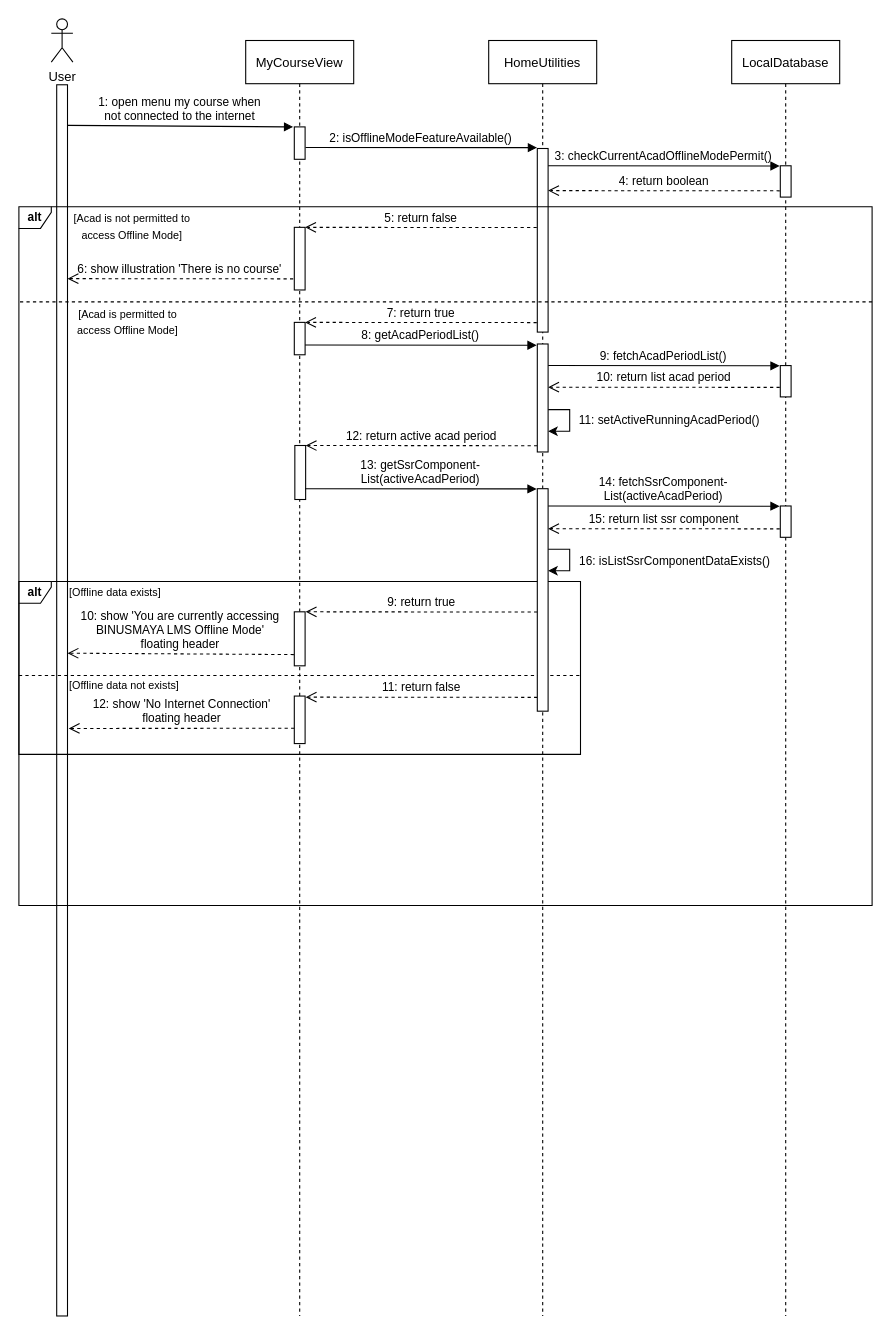
Before: diagrams/03. view_my_course/Sequence Diagram.drawio in angeliawidjaja/offline-mode-paper, a draw.io diagram. Source tidied: cells renumbered, new cells numbered last; positions are measured from the earlier drawing's top-left corner, leaving out a move shared by most shapes. Both pictures are drawn from the tidied source at 108%, with x=0, y=0 at pixel (18, 18).
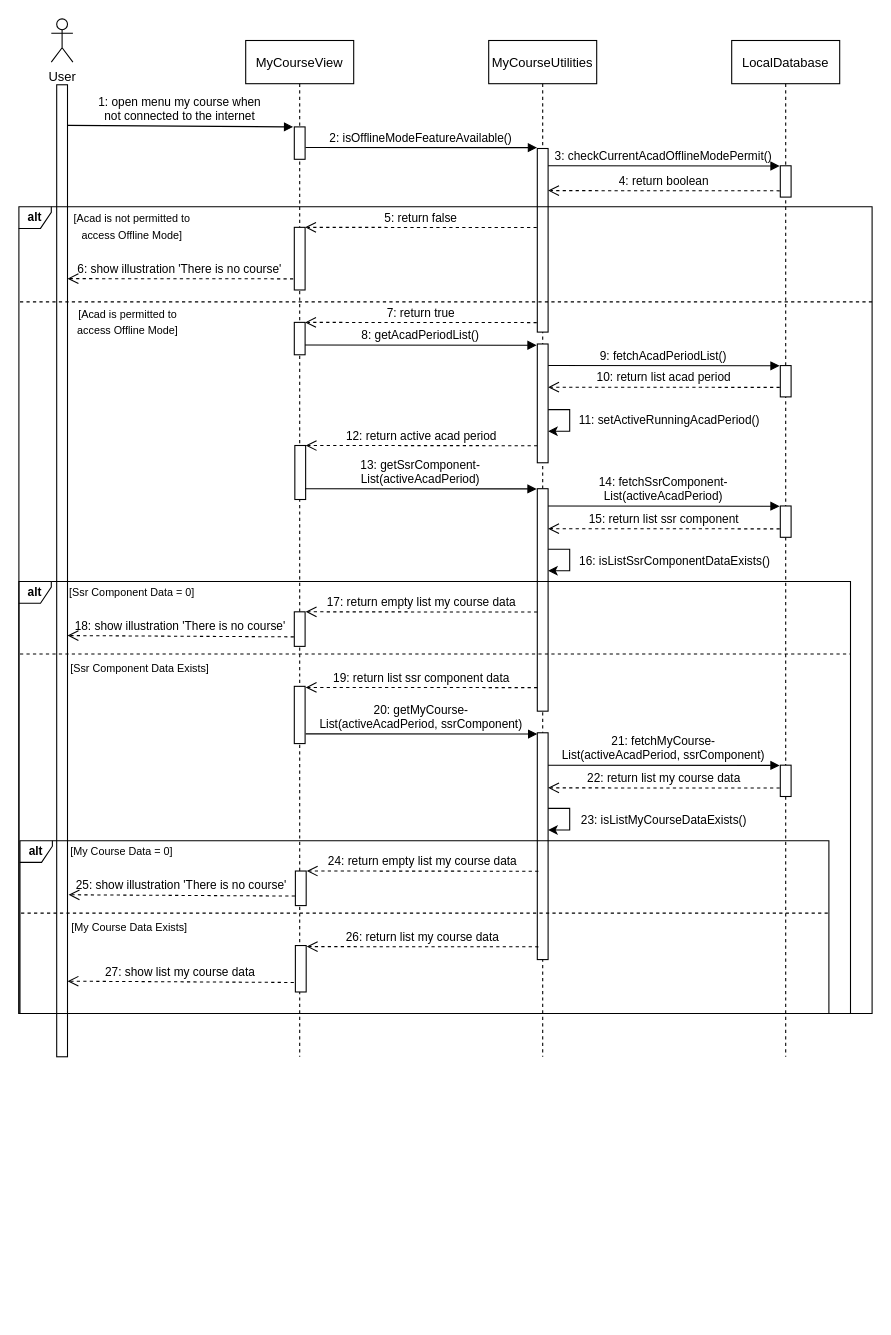
After the change.

What changed in the source:
```diff
@@
     <mxCell id="2" value="MyCourseView" style="shape=umlLifeline;perimeter=lifelinePerimeter;rounded=0;shadow=0;strokeWidth=1;" parent="1" vertex="1">
-      <mxGeometry x="210" y="20" width="100" height="1181" as="geometry" />
+      <mxGeometry x="210" y="20" width="100" height="941" as="geometry" />
     </mxCell>
@@
-    <mxCell id="5" value="HomeUtilities" style="shape=umlLifeline;perimeter=lifelinePerimeter;rounded=0;shadow=0;strokeWidth=1;" parent="1" vertex="1">
-      <mxGeometry x="435" y="20" width="100" height="1181" as="geometry" />
+    <mxCell id="5" value="MyCourseUtilities" style="shape=umlLifeline;perimeter=lifelinePerimeter;rounded=0;shadow=0;strokeWidth=1;" parent="1" vertex="1">
+      <mxGeometry x="435" y="20" width="100" height="941" as="geometry" />
     </mxCell>
@@
+    <mxCell id="49" style="perimeter=orthogonalPerimeter;rounded=0;shadow=0;strokeWidth=1;" parent="1" vertex="1">
+      <mxGeometry x="480" y="435" width="10" height="206" as="geometry" />
+    </mxCell>
@@
     <mxCell id="10" style="perimeter=orthogonalPerimeter;rounded=0;shadow=0;strokeWidth=1;" parent="1" vertex="1">
-      <mxGeometry x="35" y="61" width="10" height="1140" as="geometry" />
+      <mxGeometry x="35" y="61" width="10" height="900" as="geometry" />
     </mxCell>
     <mxCell id="11" value="&lt;b&gt;alt&lt;/b&gt;" style="shape=umlFrame;whiteSpace=wrap;html=1;fontSize=11;width=30;height=20;fillColor=none;" parent="1" vertex="1">
-      <mxGeometry y="174" width="790" height="647" as="geometry" />
+      <mxGeometry y="174" width="790" height="747" as="geometry" />
     </mxCell>
@@
     <mxCell id="21" value="&lt;b&gt;alt&lt;/b&gt;" style="shape=umlFrame;whiteSpace=wrap;html=1;fontSize=11;width=30;height=20;fillColor=none;" parent="1" vertex="1">
-      <mxGeometry y="521" width="520" height="160" as="geometry" />
+      <mxGeometry y="521" width="770" height="400" as="geometry" />
     </mxCell>
-    <mxCell id="22" value="&lt;span style=&quot;font-size: 10px;&quot;&gt;[Offline data exists]&lt;/span&gt;" style="text;html=1;strokeColor=none;fillColor=none;align=left;verticalAlign=middle;whiteSpace=wrap;rounded=0;" parent="1" vertex="1">
-      <mxGeometry x="45" y="521" width="110" height="20" as="geometry" />
+    <mxCell id="22" value="&lt;span style=&quot;font-size: 10px;&quot;&gt;[Ssr Component Data = 0]&lt;/span&gt;" style="text;html=1;strokeColor=none;fillColor=none;align=left;verticalAlign=middle;whiteSpace=wrap;rounded=0;" parent="1" vertex="1">
+      <mxGeometry x="45" y="521" width="125" height="20" as="geometry" />
     </mxCell>
-    <mxCell id="23" value="9: return true" style="verticalAlign=bottom;endArrow=open;dashed=1;endSize=8;exitX=0;exitY=0.95;shadow=0;strokeWidth=1;entryX=1.046;entryY=0.283;entryDx=0;entryDy=0;entryPerimeter=0;" parent="1" edge="1">
+    <mxCell id="23" value="17: return empty list my course data" style="verticalAlign=bottom;endArrow=open;dashed=1;endSize=8;exitX=0;exitY=0.95;shadow=0;strokeWidth=1;entryX=1.046;entryY=0.283;entryDx=0;entryDy=0;entryPerimeter=0;" parent="1" edge="1">
       <mxGeometry relative="1" as="geometry">
         <mxPoint x="480" y="549.2" as="sourcePoint" />
         <mxPoint x="265.5" y="549" as="targetPoint" />
       </mxGeometry>
     </mxCell>
     <mxCell id="24" style="perimeter=orthogonalPerimeter;rounded=0;shadow=0;strokeWidth=1;" parent="1" vertex="1">
-      <mxGeometry x="255" y="549" width="10" height="50" as="geometry" />
+      <mxGeometry x="255" y="549" width="10" height="32" as="geometry" />
     </mxCell>
-    <mxCell id="25" value="10: show 'You are currently accessing &#10;BINUSMAYA LMS Offline Mode' &#10;floating header" style="verticalAlign=bottom;endArrow=open;dashed=1;endSize=8;shadow=0;strokeWidth=1;entryX=1.046;entryY=0.283;entryDx=0;entryDy=0;entryPerimeter=0;exitX=-0.036;exitY=0.882;exitDx=0;exitDy=0;exitPerimeter=0;labelBackgroundColor=none;" parent="1" edge="1">
+    <mxCell id="25" value="18: show illustration 'There is no course'" style="verticalAlign=bottom;endArrow=open;dashed=1;endSize=8;shadow=0;strokeWidth=1;entryX=1.046;entryY=0.283;entryDx=0;entryDy=0;entryPerimeter=0;exitX=-0.036;exitY=0.882;exitDx=0;exitDy=0;exitPerimeter=0;labelBackgroundColor=none;" parent="1" edge="1">
       <mxGeometry relative="1" as="geometry">
-        <mxPoint x="254.6" y="588.6" as="sourcePoint" />
-        <mxPoint x="45" y="587.3" as="targetPoint" />
+        <mxPoint x="254.6" y="572.2" as="sourcePoint" />
+        <mxPoint x="45" y="571" as="targetPoint" />
       </mxGeometry>
     </mxCell>
     <mxCell id="26" style="line;strokeWidth=1;fillColor=none;align=left;verticalAlign=middle;spacingTop=-1;spacingLeft=3;spacingRight=3;labelPosition=right;strokeColor=inherit;fontSize=10;dashed=1;" parent="1" vertex="1">
-      <mxGeometry y="604" width="520" height="8" as="geometry" />
+      <mxGeometry x="1" y="584" width="769" height="8" as="geometry" />
     </mxCell>
-    <mxCell id="27" value="&lt;span style=&quot;font-size: 10px;&quot;&gt;[Offline data not exists]&lt;/span&gt;" style="text;html=1;strokeColor=none;fillColor=none;align=left;verticalAlign=middle;whiteSpace=wrap;rounded=0;" parent="1" vertex="1">
-      <mxGeometry x="45" y="607" width="110" height="20" as="geometry" />
+    <mxCell id="27" value="&lt;span style=&quot;font-size: 10px;&quot;&gt;[Ssr Component Data Exists]&lt;/span&gt;" style="text;html=1;strokeColor=none;fillColor=none;align=left;verticalAlign=middle;whiteSpace=wrap;rounded=0;" parent="1" vertex="1">
+      <mxGeometry x="46" y="591" width="135" height="20" as="geometry" />
     </mxCell>
     <mxCell id="28" style="perimeter=orthogonalPerimeter;rounded=0;shadow=0;strokeWidth=1;" parent="1" vertex="1">
-      <mxGeometry x="255" y="627" width="10" height="44" as="geometry" />
+      <mxGeometry x="255" y="618" width="10" height="53" as="geometry" />
     </mxCell>
-    <mxCell id="29" value="11: return false" style="verticalAlign=bottom;endArrow=open;dashed=1;endSize=8;exitX=0;exitY=0.95;shadow=0;strokeWidth=1;entryX=1.046;entryY=0.283;entryDx=0;entryDy=0;entryPerimeter=0;" parent="1" edge="1">
+    <mxCell id="29" value="19: return list ssr component data" style="verticalAlign=bottom;endArrow=open;dashed=1;endSize=8;exitX=0;exitY=0.95;shadow=0;strokeWidth=1;entryX=1.046;entryY=0.283;entryDx=0;entryDy=0;entryPerimeter=0;" parent="1" edge="1">
       <mxGeometry relative="1" as="geometry">
-        <mxPoint x="480" y="628.2" as="sourcePoint" />
-        <mxPoint x="265.5" y="628" as="targetPoint" />
+        <mxPoint x="480" y="619.2" as="sourcePoint" />
+        <mxPoint x="265.5" y="619" as="targetPoint" />
       </mxGeometry>
     </mxCell>
-    <mxCell id="30" value="12: show 'No Internet Connection' &#10;floating header" style="verticalAlign=bottom;endArrow=open;dashed=1;endSize=8;shadow=0;strokeWidth=1;entryX=1.046;entryY=0.283;entryDx=0;entryDy=0;entryPerimeter=0;exitX=0;exitY=0.908;exitDx=0;exitDy=0;exitPerimeter=0;labelBackgroundColor=none;" parent="1" edge="1">
-      <mxGeometry relative="1" as="geometry">
-        <mxPoint x="255" y="656.8" as="sourcePoint" />
-        <mxPoint x="46.1" y="657" as="targetPoint" />
-      </mxGeometry>
-    </mxCell>
     <mxCell id="31" value="LocalDatabase" style="shape=umlLifeline;perimeter=lifelinePerimeter;rounded=0;shadow=0;strokeWidth=1;" parent="1" vertex="1">
-      <mxGeometry x="660" y="20" width="100" height="1181" as="geometry" />
+      <mxGeometry x="660" y="20" width="100" height="941" as="geometry" />
     </mxCell>
@@
     <mxCell id="48" style="perimeter=orthogonalPerimeter;rounded=0;shadow=0;strokeWidth=1;" parent="1" vertex="1">
-      <mxGeometry x="480" y="301" width="10" height="100" as="geometry" />
+      <mxGeometry x="480" y="301" width="10" height="110" as="geometry" />
     </mxCell>
-    <mxCell id="49" style="perimeter=orthogonalPerimeter;rounded=0;shadow=0;strokeWidth=1;" parent="1" vertex="1">
-      <mxGeometry x="480" y="435" width="10" height="206" as="geometry" />
-    </mxCell>
+    <mxCell id="50" value="20: getMyCourse-&#10;List(activeAcadPeriod, ssrComponent)" style="verticalAlign=bottom;endArrow=block;shadow=0;strokeWidth=1;fontStyle=0;labelBorderColor=none;labelBackgroundColor=none;entryX=-0.024;entryY=0.003;entryDx=0;entryDy=0;entryPerimeter=0;" parent="1" edge="1">
+      <mxGeometry relative="1" as="geometry">
+        <mxPoint x="265.6" y="662" as="sourcePoint" />
+        <mxPoint x="480" y="662.2" as="targetPoint" />
+      </mxGeometry>
+    </mxCell>
+    <mxCell id="51" style="perimeter=orthogonalPerimeter;rounded=0;shadow=0;strokeWidth=1;" parent="1" vertex="1">
+      <mxGeometry x="480" y="661" width="10" height="210" as="geometry" />
+    </mxCell>
+    <mxCell id="52" style="perimeter=orthogonalPerimeter;rounded=0;shadow=0;strokeWidth=1;" parent="1" vertex="1">
+      <mxGeometry x="705" y="691" width="10" height="29" as="geometry" />
+    </mxCell>
+    <mxCell id="53" value="21: fetchMyCourse-&#10;List(activeAcadPeriod, ssrComponent)" style="verticalAlign=bottom;endArrow=block;shadow=0;strokeWidth=1;fontStyle=0;labelBorderColor=none;labelBackgroundColor=none;entryX=-0.024;entryY=0.003;entryDx=0;entryDy=0;entryPerimeter=0;" parent="1" edge="1">
+      <mxGeometry relative="1" as="geometry">
+        <mxPoint x="490" y="691" as="sourcePoint" />
+        <mxPoint x="704.4" y="691.2" as="targetPoint" />
+      </mxGeometry>
+    </mxCell>
+    <mxCell id="54" value="22: return list my course data" style="verticalAlign=bottom;endArrow=open;dashed=1;endSize=8;exitX=0;exitY=0.95;shadow=0;strokeWidth=1;entryX=1.046;entryY=0.283;entryDx=0;entryDy=0;entryPerimeter=0;" parent="1" edge="1">
+      <mxGeometry relative="1" as="geometry">
+        <mxPoint x="704.5" y="712.2" as="sourcePoint" />
+        <mxPoint x="490" y="712" as="targetPoint" />
+      </mxGeometry>
+    </mxCell>
+    <mxCell id="55" style="endArrow=classic;html=1;rounded=0;labelBackgroundColor=none;labelBorderColor=none;edgeStyle=elbowEdgeStyle;" parent="1" edge="1">
+      <mxGeometry x="-1" y="41" relative="1" as="geometry">
+        <mxPoint x="490" y="731" as="sourcePoint" />
+        <mxPoint x="490" y="751" as="targetPoint" />
+        <Array as="points">
+          <mxPoint x="510" y="741" />
+        </Array>
+        <mxPoint x="-40" y="31" as="offset" />
+      </mxGeometry>
+    </mxCell>
+    <mxCell id="56" value="&lt;font style=&quot;font-size: 11px;&quot;&gt;23: isListMyCourseDataExists()&lt;/font&gt;" style="text;html=1;strokeColor=none;fillColor=none;align=center;verticalAlign=middle;whiteSpace=wrap;rounded=0;" parent="1" vertex="1">
+      <mxGeometry x="515" y="731.5" width="165" height="20" as="geometry" />
+    </mxCell>
+    <mxCell id="57" value="&lt;b&gt;alt&lt;/b&gt;" style="shape=umlFrame;whiteSpace=wrap;html=1;fontSize=11;width=30;height=20;fillColor=none;" parent="1" vertex="1">
+      <mxGeometry x="1" y="761" width="749" height="160" as="geometry" />
+    </mxCell>
+    <mxCell id="58" value="&lt;span style=&quot;font-size: 10px;&quot;&gt;[My Course Data = 0]&lt;/span&gt;" style="text;html=1;strokeColor=none;fillColor=none;align=left;verticalAlign=middle;whiteSpace=wrap;rounded=0;" parent="1" vertex="1">
+      <mxGeometry x="46" y="761" width="125" height="20" as="geometry" />
+    </mxCell>
+    <mxCell id="59" value="24: return empty list my course data" style="verticalAlign=bottom;endArrow=open;dashed=1;endSize=8;exitX=0;exitY=0.95;shadow=0;strokeWidth=1;entryX=1.046;entryY=0.283;entryDx=0;entryDy=0;entryPerimeter=0;" parent="1" edge="1">
+      <mxGeometry relative="1" as="geometry">
+        <mxPoint x="481" y="789.2" as="sourcePoint" />
+        <mxPoint x="266.5" y="789" as="targetPoint" />
+      </mxGeometry>
+    </mxCell>
+    <mxCell id="60" style="perimeter=orthogonalPerimeter;rounded=0;shadow=0;strokeWidth=1;" parent="1" vertex="1">
+      <mxGeometry x="256" y="789" width="10" height="32" as="geometry" />
+    </mxCell>
+    <mxCell id="61" value="25: show illustration 'There is no course'" style="verticalAlign=bottom;endArrow=open;dashed=1;endSize=8;shadow=0;strokeWidth=1;entryX=1.046;entryY=0.283;entryDx=0;entryDy=0;entryPerimeter=0;exitX=-0.036;exitY=0.882;exitDx=0;exitDy=0;exitPerimeter=0;labelBackgroundColor=none;" parent="1" edge="1">
+      <mxGeometry relative="1" as="geometry">
+        <mxPoint x="255.6" y="812.2" as="sourcePoint" />
+        <mxPoint x="46" y="811" as="targetPoint" />
+      </mxGeometry>
+    </mxCell>
+    <mxCell id="62" style="line;strokeWidth=1;fillColor=none;align=left;verticalAlign=middle;spacingTop=-1;spacingLeft=3;spacingRight=3;labelPosition=right;strokeColor=inherit;fontSize=10;dashed=1;" parent="1" vertex="1">
+      <mxGeometry x="2" y="824" width="748" height="8" as="geometry" />
+    </mxCell>
+    <mxCell id="63" value="&lt;span style=&quot;font-size: 10px;&quot;&gt;[My Course Data Exists]&lt;/span&gt;" style="text;html=1;strokeColor=none;fillColor=none;align=left;verticalAlign=middle;whiteSpace=wrap;rounded=0;" parent="1" vertex="1">
+      <mxGeometry x="47" y="831" width="135" height="20" as="geometry" />
+    </mxCell>
+    <mxCell id="64" style="perimeter=orthogonalPerimeter;rounded=0;shadow=0;strokeWidth=1;" parent="1" vertex="1">
+      <mxGeometry x="256" y="858" width="10" height="43" as="geometry" />
+    </mxCell>
+    <mxCell id="65" value="26: return list my course data" style="verticalAlign=bottom;endArrow=open;dashed=1;endSize=8;exitX=0;exitY=0.95;shadow=0;strokeWidth=1;entryX=1.046;entryY=0.283;entryDx=0;entryDy=0;entryPerimeter=0;" parent="1" edge="1">
+      <mxGeometry relative="1" as="geometry">
+        <mxPoint x="481" y="859.2" as="sourcePoint" />
+        <mxPoint x="266.5" y="859" as="targetPoint" />
+      </mxGeometry>
+    </mxCell>
+    <mxCell id="66" value="27: show list my course data" style="verticalAlign=bottom;endArrow=open;dashed=1;endSize=8;shadow=0;strokeWidth=1;entryX=1.046;entryY=0.283;entryDx=0;entryDy=0;entryPerimeter=0;exitX=-0.036;exitY=0.882;exitDx=0;exitDy=0;exitPerimeter=0;labelBackgroundColor=none;" parent="1" edge="1">
+      <mxGeometry relative="1" as="geometry">
+        <mxPoint x="254.6" y="892.2" as="sourcePoint" />
+        <mxPoint x="45" y="891" as="targetPoint" />
+      </mxGeometry>
+    </mxCell>
```
